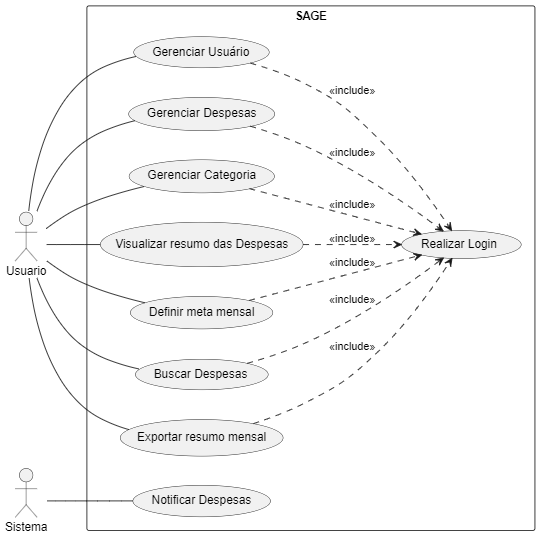
Earlier version of the PlantUML export documents/use_case_diagram/diagrama_caso_de_uso.png (LucasMairon/FinanSee). Its source is kept beside it as documents/use_case_diagram/diagrama_caso_de_uso.puml. Its diagram source:
```plantuml
@startuml Diagrama de Caso de Uso

left to right direction

rectangle SAGE {
    (Realizar Login) as UC1
    (Gerenciar Usuário) as UC2
    (Gerenciar Despesas) as UC3
    (Gerenciar Categoria) as UC4
    (Notificar Despesas) as UC5
    (Visualizar resumo das Despesas) as UC6
    (Definir meta mensal) as UC7
    (Buscar Despesas) as UC8
    (Exportar resumo mensal) as UC9
}

:Usuario:
:Sistema:

Usuario -- UC2
Usuario -- UC3
Usuario -- UC4
Usuario -- UC6
Usuario -- UC7
Usuario -- UC8
Usuario -- UC9

UC2 ..> UC1: <<include>>
UC3 ..> UC1: <<include>>
UC4 ..> UC1: <<include>>
UC6 ..> UC1: <<include>>
UC7 ..> UC1: <<include>>
UC8 ..> UC1: <<include>>
UC9 ..> UC1: <<include>>

Sistema -- UC5

@enduml
```
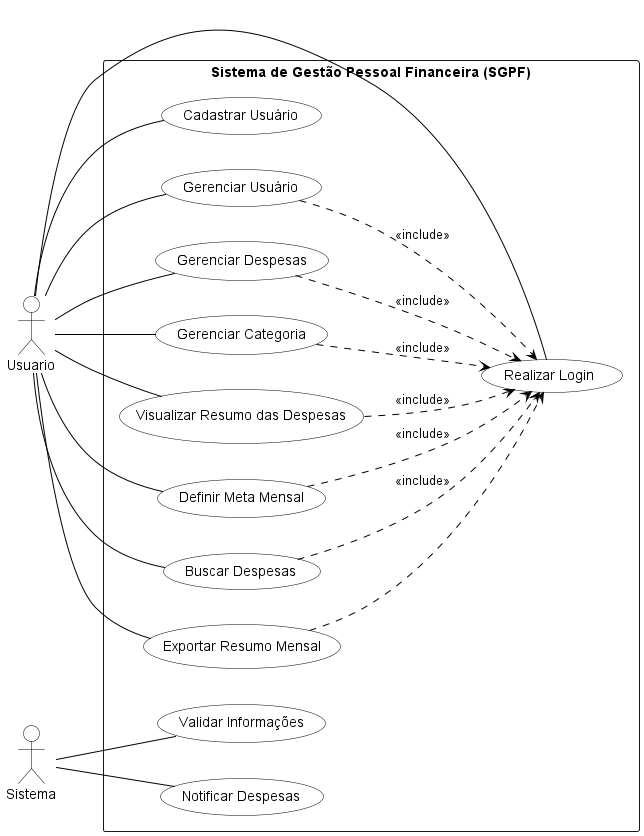
After the change.

Commit message:
docs: refactoring diagram code/image and adding more interactions with the system

Diff of the diagram source:
```diff
@@ -1,38 +1,54 @@
-@startuml Diagrama de Caso de Uso
+@startuml "diagrama_caso_de_uso"
 
 left to right direction
 
-rectangle SAGE {
-    (Realizar Login) as UC1
-    (Gerenciar Usuário) as UC2
-    (Gerenciar Despesas) as UC3
-    (Gerenciar Categoria) as UC4
-    (Notificar Despesas) as UC5
-    (Visualizar resumo das Despesas) as UC6
-    (Definir meta mensal) as UC7
-    (Buscar Despesas) as UC8
-    (Exportar resumo mensal) as UC9
+skinparam ActorBorderColor black
+skinparam ActorBackgroundColor white
+skinparam UsecaseBackgroundColor white
+skinparam UsecaseBorderColor black
+skinparam ArrowColor black
+
+
+rectangle "Sistema de Gestão Pessoal Financeira (SGPF)" {
+    (Gerenciar Usuário) as gerenciar_usuario
+    (Cadastrar Usuário) as cadastrar_usuario
+    (Gerenciar Despesas) as gerenciar_despesas
+    (Gerenciar Categoria) as gerenciar_categoria
+    (Notificar Despesas) as notificar_depesas
+    (Visualizar Resumo das Despesas) as visualizar_resumo_despesas
+    (Definir Meta Mensal) as definir_meta
+    (Buscar Despesas) as buscar_despesas
+    (Exportar Resumo Mensal) as exportar_resumo_mensal
+    (Realizar Login) as realizar_login
+    (Validar Informações) as validar_informacoes
 }
 
-:Usuario:
-:Sistema:
+:Usuario: as usuario
+:Sistema: as sistema
 
-Usuario -- UC2
-Usuario -- UC3
-Usuario -- UC4
-Usuario -- UC6
-Usuario -- UC7
-Usuario -- UC8
-Usuario -- UC9
+sistema -- validar_informacoes
+sistema -- notificar_depesas
 
-UC2 ..> UC1: <<include>>
-UC3 ..> UC1: <<include>>
-UC4 ..> UC1: <<include>>
-UC6 ..> UC1: <<include>>
-UC7 ..> UC1: <<include>>
-UC8 ..> UC1: <<include>>
-UC9 ..> UC1: <<include>>
+usuario -- realizar_login
+usuario -- gerenciar_usuario
+usuario -up- cadastrar_usuario
 
-Sistema -- UC5
+gerenciar_usuario ..> realizar_login: <<include>>
+
+usuario -- gerenciar_despesas
+usuario -- visualizar_resumo_despesas
+usuario -- definir_meta
+usuario -- buscar_despesas
+usuario -- exportar_resumo_mensal
+
+gerenciar_despesas ..> realizar_login: <<include>>
+visualizar_resumo_despesas ..> realizar_login: <<include>>
+definir_meta ..> realizar_login: <<include>>
+buscar_despesas ..> realizar_login: <<include>>
+exportar_resumo_mensal ..> realizar_login <<include>>
+
+usuario -- gerenciar_categoria
+
+gerenciar_categoria ..> realizar_login: <<include>>
 
 @enduml
```
